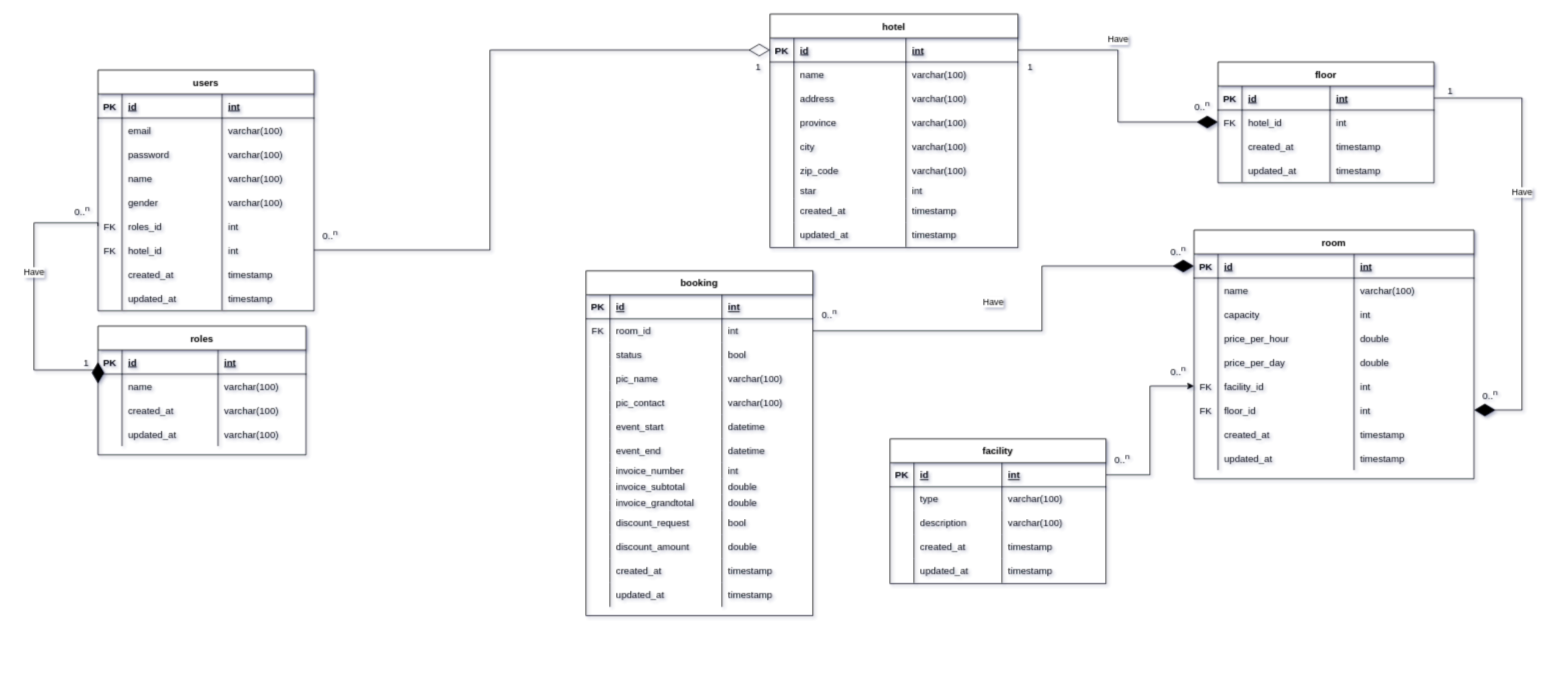
The draw.io diagram page "NEW ERD Master" (4 of 5) of entity_relationship_diagram/Booking_hotel.drawio in ariejanuarb/hotel_booking, before the edit. Source tidied: cells renumbered, new cells numbered last; positions are measured from the earlier drawing's top-left corner, leaving out a move shared by most shapes. Both pictures are drawn from the tidied source at 80%, with x=0, y=0 at pixel (34, 14).
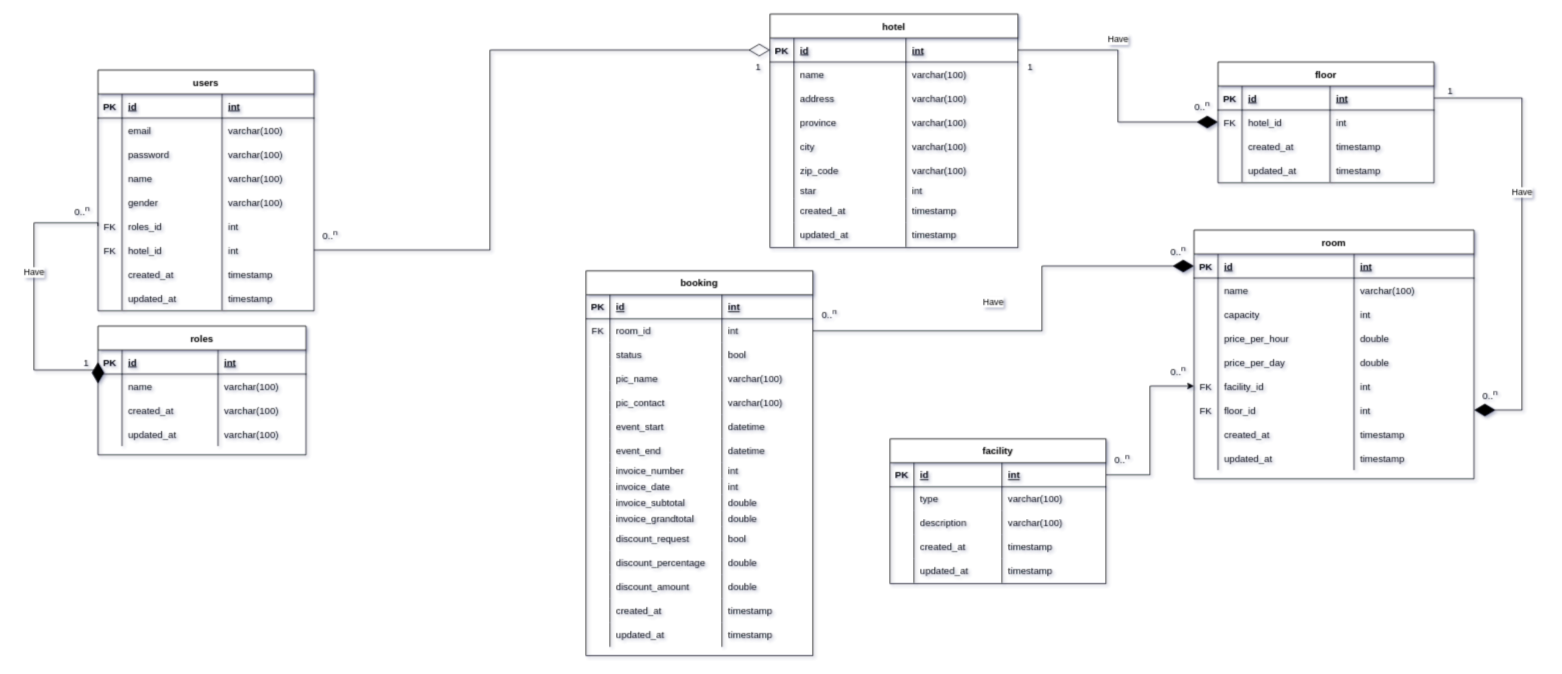
Above is the later version.

Diff of the diagram source:
```diff
@@
     <mxCell id="160" value="booking" style="shape=table;startSize=30;childLayout=tableLayout;rowLines=0;fontStyle=1;align=center;" parent="1" vertex="1">
-      <mxGeometry x="690" y="321" width="283.6" height="431" as="geometry" />
+      <mxGeometry x="690" y="321" width="283.6" height="481" as="geometry" />
     </mxCell>
@@
+    <mxCell id="249" style="shape=partialRectangle;fillColor=none;top=0;left=0;right=0;bottom=0;" parent="160" vertex="1">
+      <mxGeometry y="260" width="283.6" height="20" as="geometry" />
+    </mxCell>
+    <mxCell id="250" style="shape=partialRectangle;overflow=hidden;fillColor=none;top=0;left=0;bottom=0;right=0;" parent="249" vertex="1">
+      <mxGeometry width="30" height="20" as="geometry" />
+    </mxCell>
+    <mxCell id="251" value="invoice_date" style="shape=partialRectangle;overflow=hidden;fillColor=none;top=0;left=0;bottom=0;right=0;align=left;spacingLeft=6;" parent="249" vertex="1">
+      <mxGeometry x="30" width="140" height="20" as="geometry" />
+    </mxCell>
+    <mxCell id="252" value="int" style="shape=partialRectangle;overflow=hidden;fillColor=none;top=0;left=0;bottom=0;right=0;align=left;spacingLeft=6;" parent="249" vertex="1">
+      <mxGeometry x="170" width="113.6" height="20" as="geometry" />
+    </mxCell>
     <mxCell id="193" style="shape=partialRectangle;fillColor=none;top=0;left=0;right=0;bottom=0;" parent="160" vertex="1">
-      <mxGeometry y="260" width="283.6" height="20" as="geometry" />
+      <mxGeometry y="280" width="283.6" height="20" as="geometry" />
     </mxCell>
@@
     <mxCell id="197" style="shape=partialRectangle;fillColor=none;top=0;left=0;right=0;bottom=0;" parent="160" vertex="1">
-      <mxGeometry y="280" width="283.6" height="20" as="geometry" />
+      <mxGeometry y="300" width="283.6" height="20" as="geometry" />
     </mxCell>
@@
     <mxCell id="201" style="shape=partialRectangle;fillColor=none;top=0;left=0;right=0;bottom=0;" parent="160" vertex="1">
-      <mxGeometry y="300" width="283.6" height="30" as="geometry" />
+      <mxGeometry y="320" width="283.6" height="30" as="geometry" />
     </mxCell>
@@
+    <mxCell id="253" style="shape=partialRectangle;fillColor=none;top=0;left=0;right=0;bottom=0;" parent="160" vertex="1">
+      <mxGeometry y="350" width="283.6" height="30" as="geometry" />
+    </mxCell>
+    <mxCell id="254" style="shape=partialRectangle;overflow=hidden;fillColor=none;top=0;left=0;bottom=0;right=0;" parent="253" vertex="1">
+      <mxGeometry width="30" height="30" as="geometry" />
+    </mxCell>
+    <mxCell id="255" value="discount_percentage" style="shape=partialRectangle;overflow=hidden;fillColor=none;top=0;left=0;bottom=0;right=0;align=left;spacingLeft=6;" parent="253" vertex="1">
+      <mxGeometry x="30" width="140" height="30" as="geometry" />
+    </mxCell>
+    <mxCell id="256" value="double" style="shape=partialRectangle;overflow=hidden;fillColor=none;top=0;left=0;bottom=0;right=0;align=left;spacingLeft=6;" parent="253" vertex="1">
+      <mxGeometry x="170" width="113.6" height="30" as="geometry" />
+    </mxCell>
     <mxCell id="205" style="shape=partialRectangle;fillColor=none;top=0;left=0;right=0;bottom=0;" parent="160" vertex="1">
-      <mxGeometry y="330" width="283.6" height="30" as="geometry" />
+      <mxGeometry y="380" width="283.6" height="30" as="geometry" />
     </mxCell>
@@
     <mxCell id="209" style="shape=partialRectangle;fillColor=none;top=0;left=0;right=0;bottom=0;" parent="160" vertex="1">
-      <mxGeometry y="360" width="283.6" height="30" as="geometry" />
+      <mxGeometry y="410" width="283.6" height="30" as="geometry" />
     </mxCell>
@@
     <mxCell id="213" style="shape=partialRectangle;fillColor=none;top=0;left=0;right=0;bottom=0;" parent="160" vertex="1">
-      <mxGeometry y="390" width="283.6" height="30" as="geometry" />
+      <mxGeometry y="440" width="283.6" height="30" as="geometry" />
     </mxCell>
```
